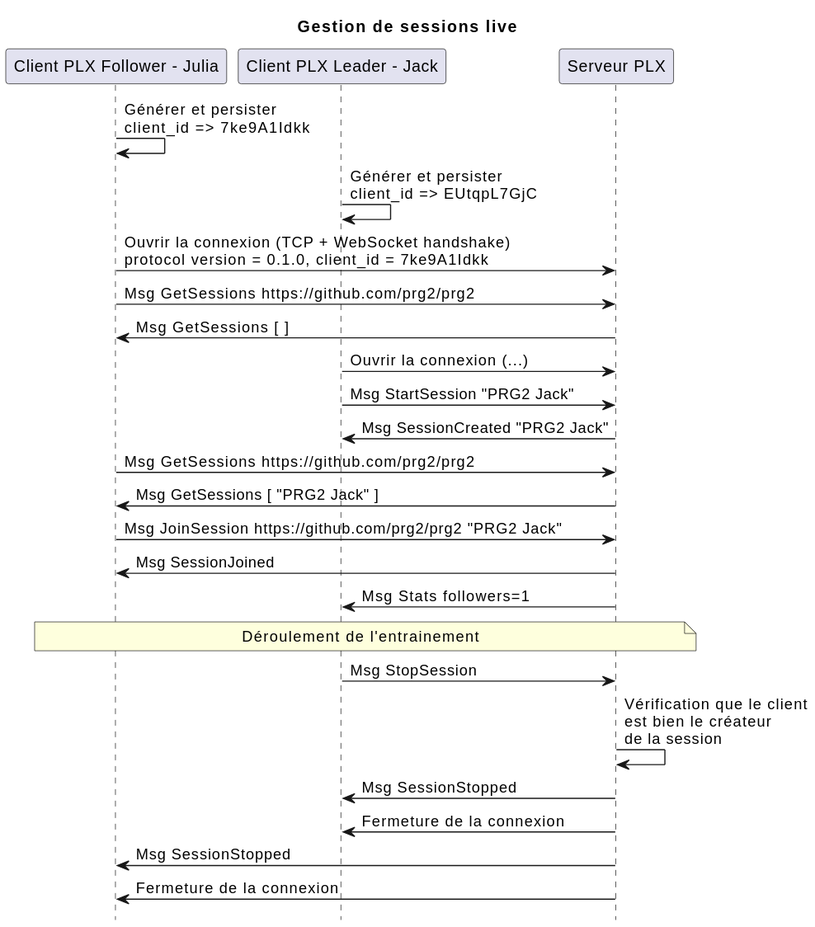
samuelroland/tb-docs keeps this PlantUML diagram as report/protocol/diagrams/session.svg. Above is the earlier version.
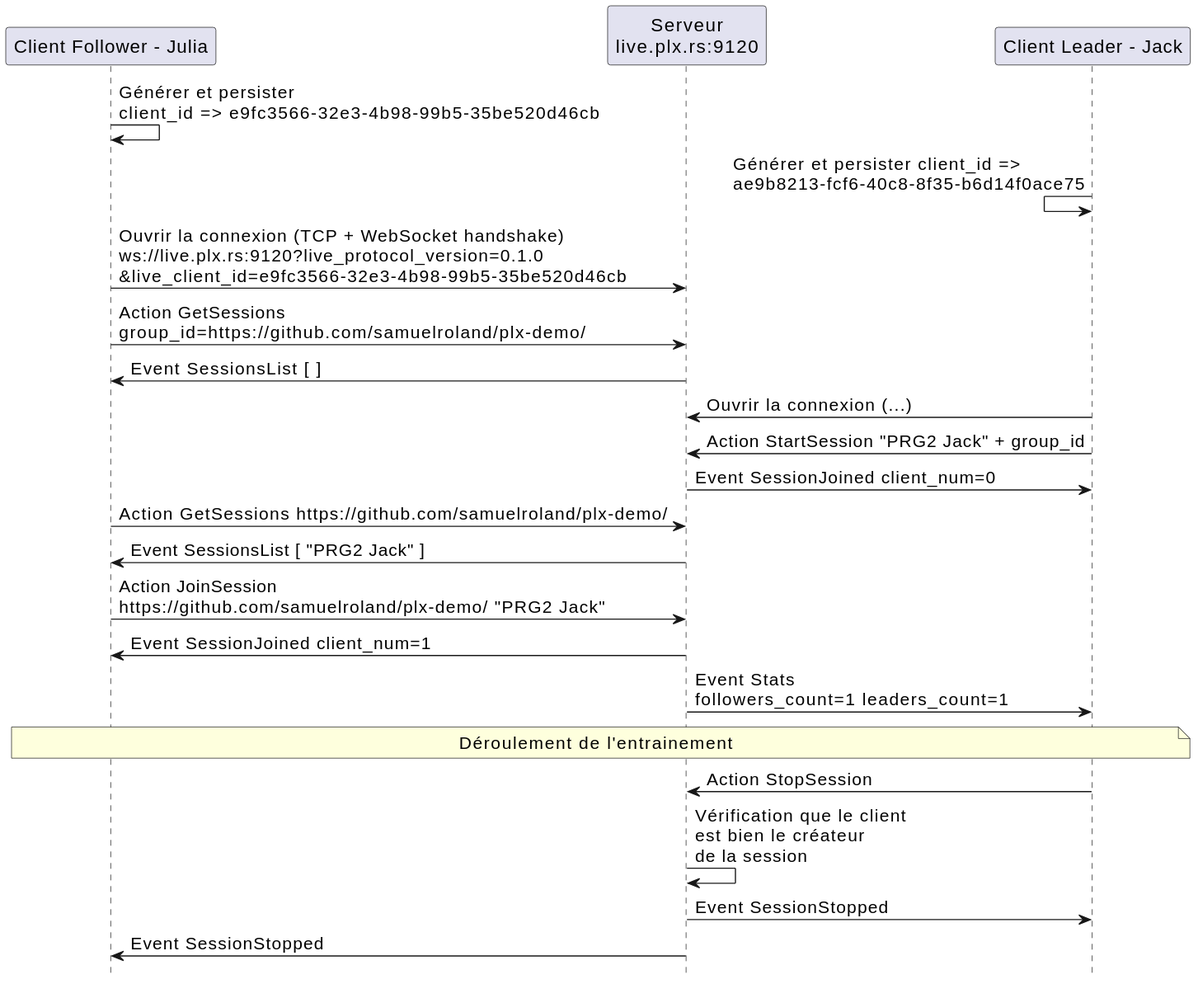
Later version of the same file.

Commit message:
Improve and add PlantUML for protocol basics

What changed in the source:
```diff
@@ -1,35 +1,33 @@
 @startuml
 hide footbox
+skinparam defaultFontSize 16
 
-title Gestion de sessions live
+participant "Client Follower - Julia" as follower
+participant "Serveur\nlive.plx.rs:9120" as server
+participant "Client Leader - Jack" as leader
+skinparam defaultFontSize 15
 
-participant "Client PLX Follower - Julia" as follower
-participant "Client PLX Leader - Jack" as leader
-participant "Serveur PLX" as server
+follower -> follower: Générer et persister\nclient_id => e9fc3566-32e3-4b98-99b5-35be520d46cb
+leader <- leader: Générer et persister client_id =>\nae9b8213-fcf6-40c8-8f35-b6d14f0ace75
 
-follower -> follower: Générer et persister\nclient_id => 7ke9A1Idkk
-leader -> leader: Générer et persister\nclient_id => EUtqpL7GjC
-
-follower -> server: Ouvrir la connexion (TCP + WebSocket handshake)\nprotocol version = 0.1.0, client_id = 7ke9A1Idkk
-follower -> server: Msg GetSessions https://github.com/prg2/prg2
-server -> follower: Msg GetSessions [  ]
+follower -> server: Ouvrir la connexion (TCP + WebSocket handshake)\nws://live.plx.rs:9120?live_protocol_version=0.1.0\n&live_client_id=e9fc3566-32e3-4b98-99b5-35be520d46cb
+follower -> server: Action GetSessions\ngroup_id=https://github.com/samuelroland/plx-demo/
+server -> follower: Event SessionsList [  ]
 
 leader -> server: Ouvrir la connexion (...)
-leader -> server: Msg StartSession "PRG2 Jack"
-server -> leader: Msg SessionCreated "PRG2 Jack"
+leader -> server: Action StartSession "PRG2 Jack" + group_id
+server -> leader: Event SessionJoined client_num=0
 
-follower -> server: Msg GetSessions https://github.com/prg2/prg2
-server -> follower: Msg GetSessions [ "PRG2 Jack" ]
-follower -> server: Msg JoinSession https://github.com/prg2/prg2 "PRG2 Jack"
-server -> follower: Msg SessionJoined
-server -> leader: Msg Stats followers=1
+follower -> server: Action GetSessions https://github.com/samuelroland/plx-demo/
+server -> follower: Event SessionsList [ "PRG2 Jack" ]
+follower -> server: Action JoinSession\nhttps://github.com/samuelroland/plx-demo/ "PRG2 Jack"
+server -> follower: Event SessionJoined client_num=1
+server -> leader: Event Stats\nfollowers_count=1 leaders_count=1
 
-note over follower, server: Déroulement de l'entrainement
-leader -> server: Msg StopSession
+note over follower, leader: Déroulement de l'entrainement
+leader -> server: Action StopSession
 server -> server: Vérification que le client\nest bien le créateur\nde la session
-server -> leader: Msg SessionStopped
-server -> leader: Fermeture de la connexion
-server -> follower: Msg SessionStopped
-server -> follower: Fermeture de la connexion
+server -> leader: Event SessionStopped
+server -> follower: Event SessionStopped
 
 @enduml
```
